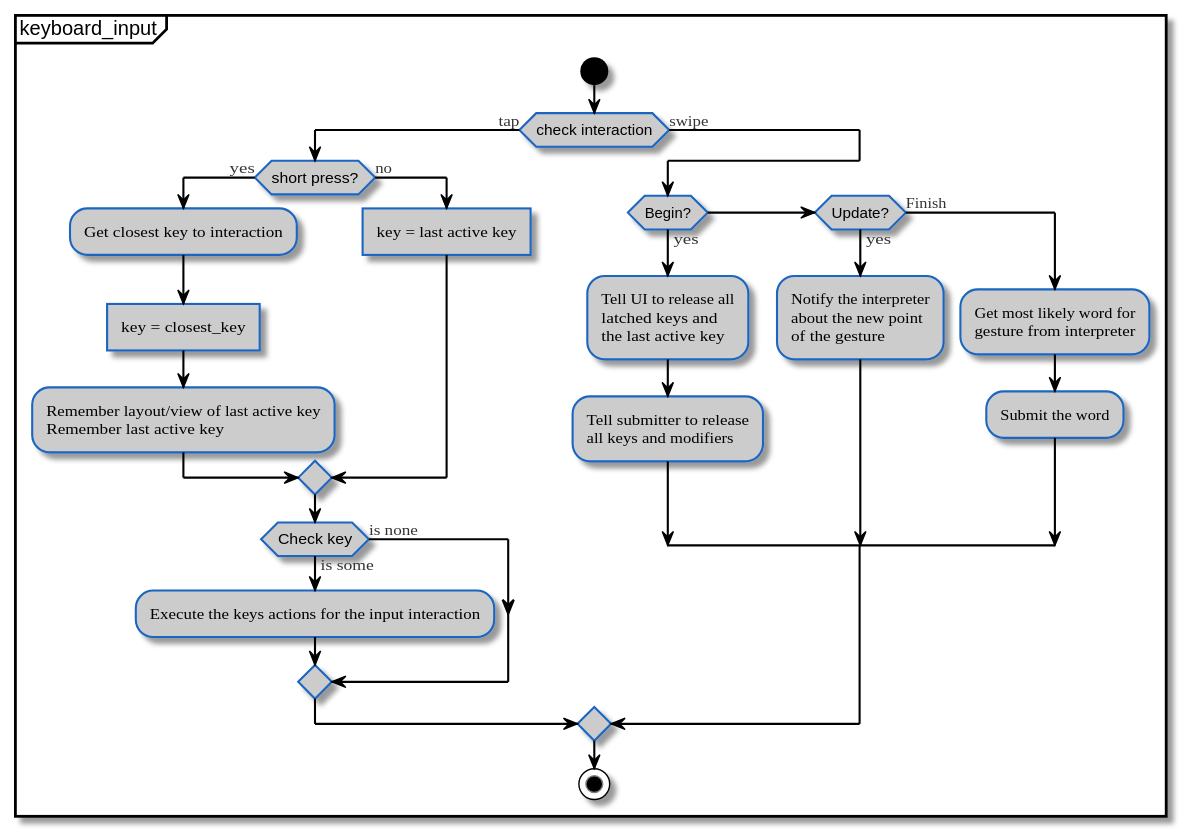
Before: docs/diagrams/out/activity/keyboard/keyboard_input/keyboard_input.svg, a diagram exported from PlantUML (pentamassiv/keyboard). Its diagram source:
```plantuml
@startuml keyboard_input
!define LIGHTBLUE
!includeurl https://raw.githubusercontent.com/grelltrier/RedDress-PlantUML/master/style.puml

partition "keyboard_input"{

  start
  if (check interaction) then (tap)
    if(short press?) then (yes)
      :Get closest key to interaction;
      :key = closest_key]
      :Remember layout/view of last active key
      Remember last active key;
    else (no)
      :key = last active key]
    endif
    if (Check key) then (is some)
      :Execute the keys actions for the input interaction;
    else (is none)
    endif
  else (swipe)
    if (Begin?) then (yes)
      :Tell UI to release all
      latched keys and
      the last active key;
      :Tell submitter to release
      all keys and modifiers;
    elseif (Update?) then (yes)
      :Notify the interpreter
      about the new point
      of the gesture;
    else (Finish)
      :Get most likely word for
      gesture from interpreter;
      :Submit the word;
    endif
  endif
  stop
}
@enduml
```
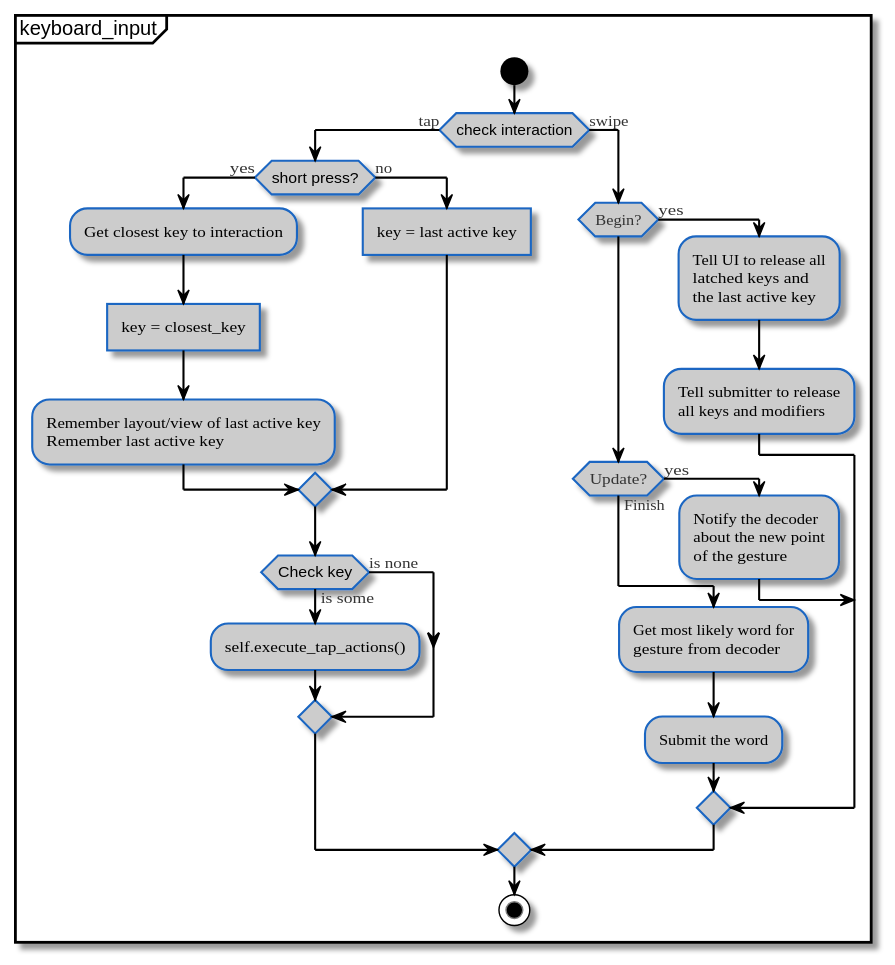
The same diagram one commit later.

Change to the diagram source:
```diff
@@ -1,4 +1,5 @@
 @startuml keyboard_input
+!pragma useVerticalIf on
 !define LIGHTBLUE
 !includeurl https://raw.githubusercontent.com/grelltrier/RedDress-PlantUML/master/style.puml
 
@@ -15,7 +16,7 @@
       :key = last active key]
     endif
     if (Check key) then (is some)
-      :Execute the keys actions for the input interaction;
+      :self.execute_tap_actions();
     else (is none)
     endif
   else (swipe)
@@ -26,12 +27,12 @@
       :Tell submitter to release
       all keys and modifiers;
     elseif (Update?) then (yes)
-      :Notify the interpreter
+      :Notify the decoder
       about the new point
       of the gesture;
     else (Finish)
       :Get most likely word for
-      gesture from interpreter;
+      gesture from decoder;
       :Submit the word;
     endif
   endif
```
